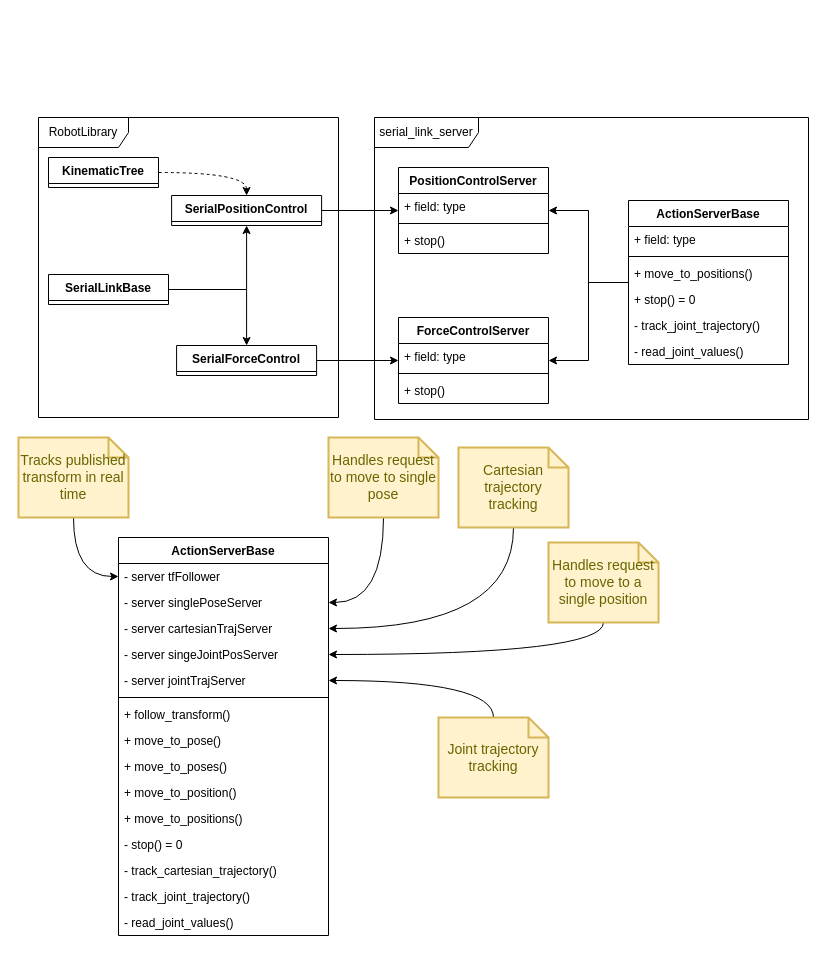
Woolfrey/server_serial_link keeps this draw.io diagram as page "interactions" (1 of 3) of doc/ClassDiagrams.drawio. Above is the earlier version. Source tidied: cells renumbered, new cells numbered last; positions are measured from the earlier drawing's top-left corner, leaving out a move shared by most shapes. Both pictures are drawn from the tidied source at 100%, with x=0, y=0 at pixel (18, 117).
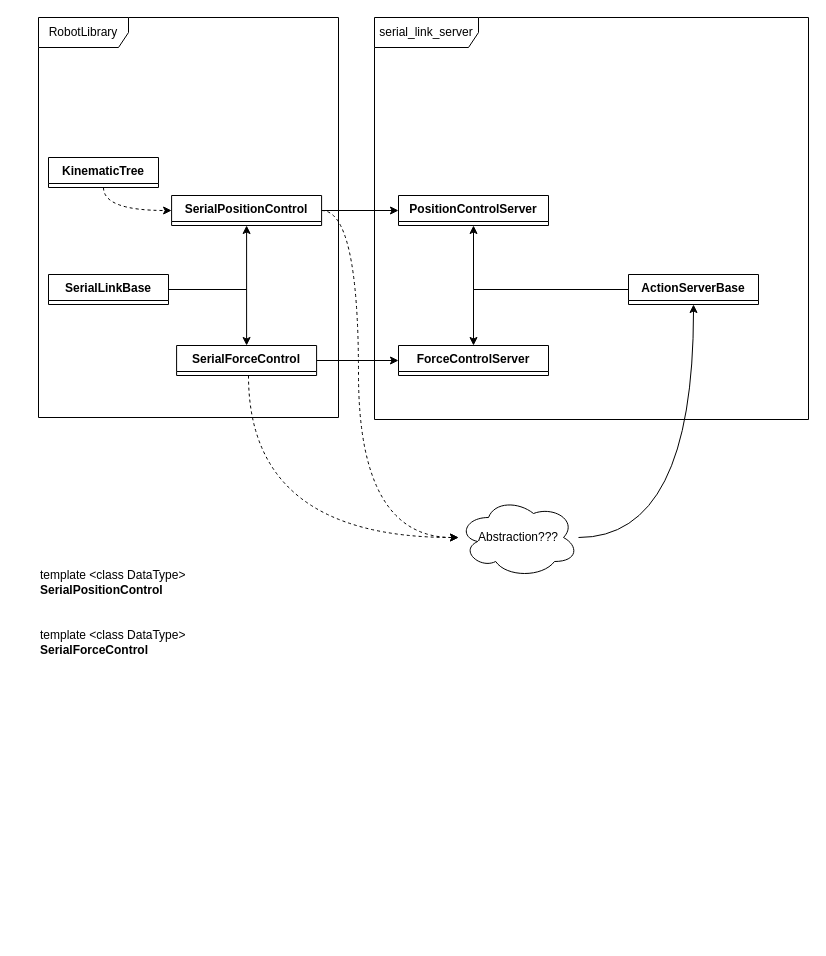
Above is the later version.

The change refers to these unchanged cells:
```xml
<mxCell id="19" value="SerialPositionControl" style="swimlane;fontStyle=1;align=center;verticalAlign=top;horizontal=1;startSize=26;whiteSpace=wrap;html=1;" parent="1" vertex="1" collapsed="1">
  <mxGeometry x="153.1" y="78" width="150" height="30" as="geometry" />
</mxCell>
<mxCell id="21" value="SerialForceControl" style="swimlane;fontStyle=1;align=center;verticalAlign=top;horizontal=1;startSize=26;whiteSpace=wrap;html=1;" parent="1" vertex="1" collapsed="1">
  <mxGeometry x="158.1" y="228" width="140" height="30" as="geometry" />
</mxCell>
<mxCell id="55" value="KinematicTree" style="swimlane;fontStyle=1;align=center;verticalAlign=top;horizontal=1;startSize=26;whiteSpace=wrap;html=1;" parent="1" vertex="1" collapsed="1">
  <mxGeometry x="30" y="40" width="110" height="30" as="geometry" />
</mxCell>
```

Change to the diagram source:
```diff
@@
-    <mxCell id="4" value="ActionServerBase" style="swimlane;fontStyle=1;align=center;verticalAlign=top;horizontal=1;startSize=26;whiteSpace=wrap;html=1;" parent="1" vertex="1">
-      <mxGeometry x="610" y="83" width="160" height="164" as="geometry" />
+    <mxCell id="4" value="ActionServerBase" style="swimlane;fontStyle=1;align=center;verticalAlign=top;horizontal=1;startSize=26;whiteSpace=wrap;html=1;" parent="1" vertex="1" collapsed="1">
+      <mxGeometry x="610" y="157" width="130" height="30" as="geometry" />
     </mxCell>
-    <mxCell id="5" value="+ field: type" style="text;strokeColor=none;fillColor=none;align=left;verticalAlign=top;spacingLeft=4;spacingRight=4;overflow=hidden;whiteSpace=wrap;html=1;" parent="4" vertex="1">
-      <mxGeometry y="26" width="160" height="26" as="geometry" />
-    </mxCell>
-    <mxCell id="6" style="line;strokeWidth=1;fillColor=none;align=left;verticalAlign=middle;spacingTop=-1;spacingLeft=3;spacingRight=3;labelPosition=right;strokeColor=inherit;" parent="4" vertex="1">
-      <mxGeometry y="52" width="160" height="8" as="geometry" />
-    </mxCell>
-    <mxCell id="7" value="+ move_to_positions()" style="text;strokeColor=none;fillColor=none;align=left;verticalAlign=top;spacingLeft=4;spacingRight=4;overflow=hidden;whiteSpace=wrap;html=1;" parent="4" vertex="1">
-      <mxGeometry y="60" width="160" height="26" as="geometry" />
-    </mxCell>
-    <mxCell id="8" value="+ stop() = 0" style="text;strokeColor=none;fillColor=none;align=left;verticalAlign=top;spacingLeft=4;spacingRight=4;overflow=hidden;whiteSpace=wrap;html=1;" parent="4" vertex="1">
-      <mxGeometry y="86" width="160" height="26" as="geometry" />
-    </mxCell>
-    <mxCell id="9" value="- track_joint_trajectory()" style="text;strokeColor=none;fillColor=none;align=left;verticalAlign=top;spacingLeft=4;spacingRight=4;overflow=hidden;whiteSpace=wrap;html=1;" parent="4" vertex="1">
-      <mxGeometry y="112" width="160" height="26" as="geometry" />
-    </mxCell>
-    <mxCell id="10" value="- read_joint_values()" style="text;strokeColor=none;fillColor=none;align=left;verticalAlign=top;spacingLeft=4;spacingRight=4;overflow=hidden;whiteSpace=wrap;html=1;" parent="4" vertex="1">
-      <mxGeometry y="138" width="160" height="26" as="geometry" />
-    </mxCell>
-    <mxCell id="11" value="PositionControlServer" style="swimlane;fontStyle=1;align=center;verticalAlign=top;horizontal=1;startSize=26;whiteSpace=wrap;html=1;" parent="1" vertex="1">
-      <mxGeometry x="380" y="50" width="150" height="86" as="geometry" />
+    <mxCell id="11" value="PositionControlServer" style="swimlane;fontStyle=1;align=center;verticalAlign=top;horizontal=1;startSize=26;whiteSpace=wrap;html=1;" parent="1" vertex="1" collapsed="1">
+      <mxGeometry x="380" y="78" width="150" height="30" as="geometry" />
     </mxCell>
-    <mxCell id="12" value="+ field: type" style="text;strokeColor=none;fillColor=none;align=left;verticalAlign=top;spacingLeft=4;spacingRight=4;overflow=hidden;whiteSpace=wrap;html=1;" parent="11" vertex="1">
-      <mxGeometry y="26" width="150" height="26" as="geometry" />
-    </mxCell>
-    <mxCell id="13" style="line;strokeWidth=1;fillColor=none;align=left;verticalAlign=middle;spacingTop=-1;spacingLeft=3;spacingRight=3;labelPosition=right;strokeColor=inherit;" parent="11" vertex="1">
-      <mxGeometry y="52" width="150" height="8" as="geometry" />
-    </mxCell>
-    <mxCell id="14" value="+ stop()" style="text;strokeColor=none;fillColor=none;align=left;verticalAlign=top;spacingLeft=4;spacingRight=4;overflow=hidden;whiteSpace=wrap;html=1;" parent="11" vertex="1">
-      <mxGeometry y="60" width="150" height="26" as="geometry" />
-    </mxCell>
@@
+    <mxCell id="56" style="edgeStyle=orthogonalEdgeStyle;rounded=0;jettySize=auto;html=1;curved=1;dashed=1;" parent="1" edge="1" source="19" target="59">
+      <mxGeometry relative="1" as="geometry">
+        <Array as="points">
+          <mxPoint x="340" y="93" />
+          <mxPoint x="340" y="420" />
+        </Array>
+      </mxGeometry>
+    </mxCell>
@@
+    <mxCell id="57" style="edgeStyle=orthogonalEdgeStyle;rounded=0;jettySize=auto;html=1;curved=1;dashed=1;" parent="1" edge="1" source="21" target="59">
+      <mxGeometry relative="1" as="geometry">
+        <Array as="points">
+          <mxPoint x="230" y="420" />
+        </Array>
+      </mxGeometry>
+    </mxCell>
@@
-    <mxCell id="22" value="ForceControlServer" style="swimlane;fontStyle=1;align=center;verticalAlign=top;horizontal=1;startSize=26;whiteSpace=wrap;html=1;" parent="1" vertex="1">
-      <mxGeometry x="380" y="200" width="150" height="86" as="geometry" />
+    <mxCell id="22" value="ForceControlServer" style="swimlane;fontStyle=1;align=center;verticalAlign=top;horizontal=1;startSize=26;whiteSpace=wrap;html=1;" parent="1" vertex="1" collapsed="1">
+      <mxGeometry x="380" y="228" width="150" height="30" as="geometry" />
     </mxCell>
-    <mxCell id="23" value="+ field: type" style="text;strokeColor=none;fillColor=none;align=left;verticalAlign=top;spacingLeft=4;spacingRight=4;overflow=hidden;whiteSpace=wrap;html=1;" parent="22" vertex="1">
-      <mxGeometry y="26" width="150" height="26" as="geometry" />
-    </mxCell>
-    <mxCell id="24" style="line;strokeWidth=1;fillColor=none;align=left;verticalAlign=middle;spacingTop=-1;spacingLeft=3;spacingRight=3;labelPosition=right;strokeColor=inherit;" parent="22" vertex="1">
-      <mxGeometry y="52" width="150" height="8" as="geometry" />
-    </mxCell>
-    <mxCell id="25" value="+ stop()" style="text;strokeColor=none;fillColor=none;align=left;verticalAlign=top;spacingLeft=4;spacingRight=4;overflow=hidden;whiteSpace=wrap;html=1;" parent="22" vertex="1">
-      <mxGeometry y="60" width="150" height="26" as="geometry" />
-    </mxCell>
     <mxCell id="26" value="RobotLibrary" style="shape=umlFrame;whiteSpace=wrap;html=1;width=90;height=30;" parent="1" vertex="1">
-      <mxGeometry x="20" width="300" height="300" as="geometry" />
+      <mxGeometry x="20" y="-100" width="300" height="400" as="geometry" />
     </mxCell>
     <mxCell id="27" value="serial_link_server" style="shape=umlFrame;whiteSpace=wrap;html=1;width=104;height=30;" parent="1" vertex="1">
-      <mxGeometry x="356" width="434" height="302" as="geometry" />
+      <mxGeometry x="356" y="-100" width="434" height="402" as="geometry" />
     </mxCell>
-    <mxCell id="28" value="ActionServerBase" style="swimlane;fontStyle=1;align=center;verticalAlign=top;horizontal=1;startSize=26;whiteSpace=wrap;html=1;" parent="1" vertex="1">
-      <mxGeometry x="100" y="420" width="210" height="398" as="geometry" />
-    </mxCell>
-    <mxCell id="29" value="- server tfFollower" style="text;strokeColor=none;fillColor=none;align=left;verticalAlign=top;spacingLeft=4;spacingRight=4;overflow=hidden;points=[[0,0.5],[1,0.5]];portConstraint=eastwest;whiteSpace=wrap;html=1;" parent="28" vertex="1">
-      <mxGeometry y="26" width="210" height="26" as="geometry" />
-    </mxCell>
-    <mxCell id="30" value="- server singlePoseServer" style="text;strokeColor=none;fillColor=none;align=left;verticalAlign=top;spacingLeft=4;spacingRight=4;overflow=hidden;points=[[0,0.5],[1,0.5]];portConstraint=eastwest;whiteSpace=wrap;html=1;" parent="28" vertex="1">
-      <mxGeometry y="52" width="210" height="26" as="geometry" />
-    </mxCell>
-    <mxCell id="31" value="- server cartesianTrajServer" style="text;strokeColor=none;fillColor=none;align=left;verticalAlign=top;spacingLeft=4;spacingRight=4;overflow=hidden;points=[[0,0.5],[1,0.5]];portConstraint=eastwest;whiteSpace=wrap;html=1;" parent="28" vertex="1">
-      <mxGeometry y="78" width="210" height="26" as="geometry" />
-    </mxCell>
-    <mxCell id="32" value="- server singeJointPosServer" style="text;strokeColor=none;fillColor=none;align=left;verticalAlign=top;spacingLeft=4;spacingRight=4;overflow=hidden;points=[[0,0.5],[1,0.5]];portConstraint=eastwest;whiteSpace=wrap;html=1;" parent="28" vertex="1">
-      <mxGeometry y="104" width="210" height="26" as="geometry" />
-    </mxCell>
-    <mxCell id="33" value="- server jointTrajServer" style="text;strokeColor=none;fillColor=none;align=left;verticalAlign=top;spacingLeft=4;spacingRight=4;overflow=hidden;points=[[0,0.5],[1,0.5]];portConstraint=eastwest;whiteSpace=wrap;html=1;" parent="28" vertex="1">
-      <mxGeometry y="130" width="210" height="26" as="geometry" />
-    </mxCell>
-    <mxCell id="34" style="line;strokeWidth=1;fillColor=none;align=left;verticalAlign=middle;spacingTop=-1;spacingLeft=3;spacingRight=3;labelPosition=right;strokeColor=inherit;" parent="28" vertex="1">
-      <mxGeometry y="156" width="210" height="8" as="geometry" />
-    </mxCell>
-    <mxCell id="35" value="+ follow_transform()" style="text;strokeColor=none;fillColor=none;align=left;verticalAlign=top;spacingLeft=4;spacingRight=4;overflow=hidden;whiteSpace=wrap;html=1;" parent="28" vertex="1">
-      <mxGeometry y="164" width="210" height="26" as="geometry" />
-    </mxCell>
-    <mxCell id="36" value="+ move_to_pose()" style="text;strokeColor=none;fillColor=none;align=left;verticalAlign=top;spacingLeft=4;spacingRight=4;overflow=hidden;whiteSpace=wrap;html=1;" parent="28" vertex="1">
-      <mxGeometry y="190" width="210" height="26" as="geometry" />
-    </mxCell>
-    <mxCell id="37" value="+ move_to_poses()" style="text;strokeColor=none;fillColor=none;align=left;verticalAlign=top;spacingLeft=4;spacingRight=4;overflow=hidden;whiteSpace=wrap;html=1;" parent="28" vertex="1">
-      <mxGeometry y="216" width="210" height="26" as="geometry" />
-    </mxCell>
-    <mxCell id="38" value="+ move_to_position()" style="text;strokeColor=none;fillColor=none;align=left;verticalAlign=top;spacingLeft=4;spacingRight=4;overflow=hidden;whiteSpace=wrap;html=1;" parent="28" vertex="1">
-      <mxGeometry y="242" width="210" height="26" as="geometry" />
-    </mxCell>
-    <mxCell id="39" value="+ move_to_positions()" style="text;strokeColor=none;fillColor=none;align=left;verticalAlign=top;spacingLeft=4;spacingRight=4;overflow=hidden;whiteSpace=wrap;html=1;" parent="28" vertex="1">
-      <mxGeometry y="268" width="210" height="26" as="geometry" />
-    </mxCell>
-    <mxCell id="40" value="- stop() = 0" style="text;strokeColor=none;fillColor=none;align=left;verticalAlign=top;spacingLeft=4;spacingRight=4;overflow=hidden;whiteSpace=wrap;html=1;" parent="28" vertex="1">
-      <mxGeometry y="294" width="210" height="26" as="geometry" />
-    </mxCell>
-    <mxCell id="41" value="- track_cartesian_trajectory()" style="text;strokeColor=none;fillColor=none;align=left;verticalAlign=top;spacingLeft=4;spacingRight=4;overflow=hidden;whiteSpace=wrap;html=1;" parent="28" vertex="1">
-      <mxGeometry y="320" width="210" height="26" as="geometry" />
-    </mxCell>
-    <mxCell id="42" value="- track_joint_trajectory()" style="text;strokeColor=none;fillColor=none;align=left;verticalAlign=top;spacingLeft=4;spacingRight=4;overflow=hidden;whiteSpace=wrap;html=1;" parent="28" vertex="1">
-      <mxGeometry y="346" width="210" height="26" as="geometry" />
-    </mxCell>
-    <mxCell id="43" value="- read_joint_values()" style="text;strokeColor=none;fillColor=none;align=left;verticalAlign=top;spacingLeft=4;spacingRight=4;overflow=hidden;whiteSpace=wrap;html=1;" parent="28" vertex="1">
-      <mxGeometry y="372" width="210" height="26" as="geometry" />
-    </mxCell>
-    <mxCell id="44" style="edgeStyle=orthogonalEdgeStyle;rounded=0;jettySize=auto;html=1;curved=1;" parent="1" edge="1" source="45" target="33">
-      <mxGeometry relative="1" as="geometry" />
-    </mxCell>
-    <mxCell id="45" value="Joint trajectory tracking" style="shape=note;strokeWidth=2;fontSize=14;size=20;whiteSpace=wrap;html=1;fillColor=#fff2cc;strokeColor=#d6b656;fontColor=#666600;" parent="1" vertex="1">
-      <mxGeometry x="420" y="600" width="110" height="80" as="geometry" />
-    </mxCell>
-    <mxCell id="46" style="edgeStyle=orthogonalEdgeStyle;rounded=0;jettySize=auto;html=1;curved=1;" parent="1" edge="1" source="47" target="32">
-      <mxGeometry relative="1" as="geometry" />
-    </mxCell>
-    <mxCell id="47" value="Handles request to move to a single position" style="shape=note;strokeWidth=2;fontSize=14;size=20;whiteSpace=wrap;html=1;fillColor=#fff2cc;strokeColor=#d6b656;fontColor=#666600;" parent="1" vertex="1">
-      <mxGeometry x="530" y="425" width="110" height="80" as="geometry" />
-    </mxCell>
-    <mxCell id="48" style="edgeStyle=orthogonalEdgeStyle;rounded=0;jettySize=auto;html=1;curved=1;" parent="1" edge="1" source="49" target="31">
-      <mxGeometry relative="1" as="geometry" />
-    </mxCell>
-    <mxCell id="49" value="Cartesian trajectory tracking" style="shape=note;strokeWidth=2;fontSize=14;size=20;whiteSpace=wrap;html=1;fillColor=#fff2cc;strokeColor=#d6b656;fontColor=#666600;" parent="1" vertex="1">
-      <mxGeometry x="440" y="330" width="110" height="80" as="geometry" />
-    </mxCell>
-    <mxCell id="50" style="edgeStyle=orthogonalEdgeStyle;rounded=0;jettySize=auto;html=1;curved=1;" parent="1" edge="1" source="51" target="30">
-      <mxGeometry relative="1" as="geometry" />
-    </mxCell>
-    <mxCell id="51" value="Handles request to move to single pose" style="shape=note;strokeWidth=2;fontSize=14;size=20;whiteSpace=wrap;html=1;fillColor=#fff2cc;strokeColor=#d6b656;fontColor=#666600;" parent="1" vertex="1">
-      <mxGeometry x="310" y="320" width="110" height="80" as="geometry" />
-    </mxCell>
-    <mxCell id="52" style="edgeStyle=orthogonalEdgeStyle;rounded=0;jettySize=auto;html=1;curved=1;" parent="1" edge="1" source="53" target="29">
-      <mxGeometry relative="1" as="geometry" />
-    </mxCell>
-    <mxCell id="53" value="Tracks published transform in real time" style="shape=note;strokeWidth=2;fontSize=14;size=20;whiteSpace=wrap;html=1;fillColor=#fff2cc;strokeColor=#d6b656;fontColor=#666600;" parent="1" vertex="1">
-      <mxGeometry y="320" width="110" height="80" as="geometry" />
-    </mxCell>
     <mxCell id="54" style="edgeStyle=orthogonalEdgeStyle;rounded=0;jettySize=auto;html=1;curved=1;dashed=1;" parent="1" edge="1" source="55" target="19">
-      <mxGeometry relative="1" as="geometry" />
+      <mxGeometry relative="1" as="geometry">
+        <Array as="points">
+          <mxPoint x="85" y="93" />
+        </Array>
+      </mxGeometry>
     </mxCell>
@@
+    <mxCell id="58" style="edgeStyle=orthogonalEdgeStyle;rounded=0;jettySize=auto;html=1;curved=1;" parent="1" edge="1" source="59" target="4">
+      <mxGeometry relative="1" as="geometry" />
+    </mxCell>
+    <mxCell id="59" value="Abstraction???" style="ellipse;shape=cloud;whiteSpace=wrap;html=1;" parent="1" vertex="1">
+      <mxGeometry x="440" y="380" width="120" height="80" as="geometry" />
+    </mxCell>
+    <mxCell id="60" value="&lt;div&gt;template &amp;lt;class DataType&amp;gt;&lt;b&gt;&lt;br&gt;&lt;/b&gt;&lt;/div&gt;&lt;div&gt;&lt;b&gt;SerialPositionControl&lt;/b&gt;&lt;/div&gt;" style="text;html=1;align=left;verticalAlign=middle;whiteSpace=wrap;rounded=0;" parent="1" vertex="1">
+      <mxGeometry x="20" y="450" width="150" height="30" as="geometry" />
+    </mxCell>
+    <mxCell id="61" value="&lt;div&gt;template &amp;lt;class DataType&amp;gt;&lt;b&gt;&lt;br&gt;&lt;/b&gt;&lt;/div&gt;&lt;div&gt;&lt;b&gt;SerialForceControl&lt;/b&gt;&lt;/div&gt;" style="text;html=1;align=left;verticalAlign=middle;whiteSpace=wrap;rounded=0;" parent="1" vertex="1">
+      <mxGeometry x="20" y="510" width="150" height="30" as="geometry" />
+    </mxCell>
```
